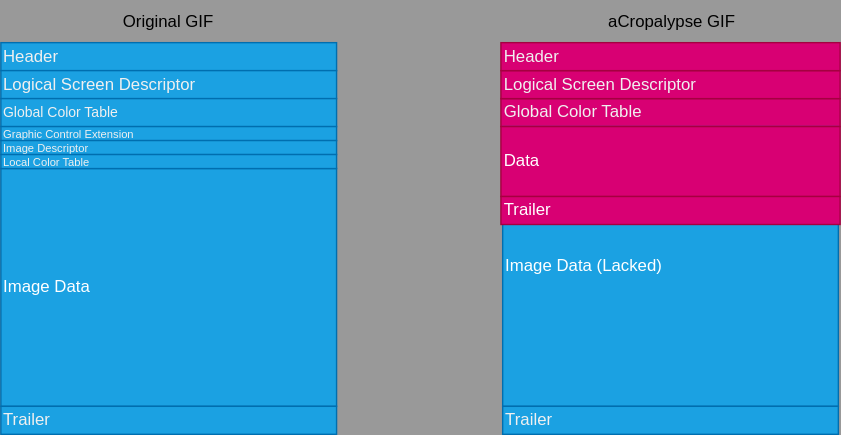
heriet/acropalypse-gif keeps this draw.io diagram as doc/image/acropalypse_gif_structure_overview_02.drawio.svg. Above is the earlier version. Source tidied: cells renumbered, new cells last; positions are measured from the earlier drawing's top-left corner, leaving out a move shared by most shapes.
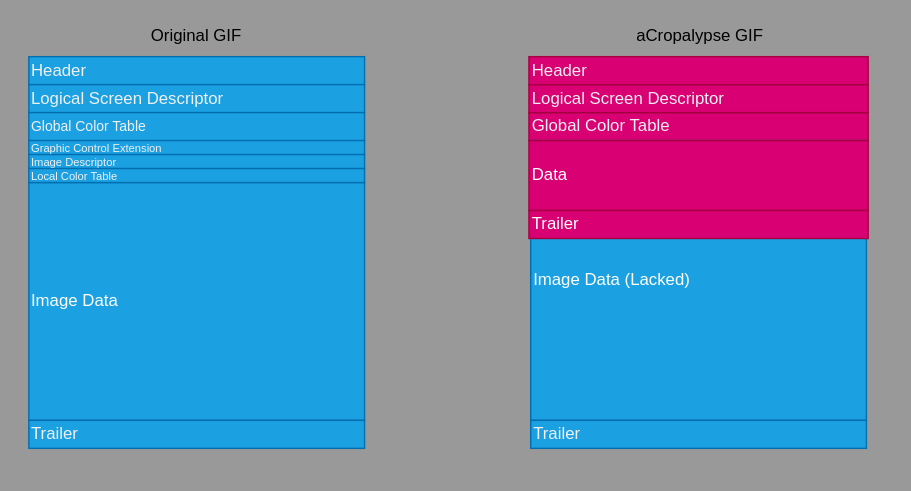
Later version of the same file.

The edit, as a diff of the source:
```diff
@@ -53,5 +53,8 @@
     <mxCell id="18" value="&lt;span style=&quot;color: rgb(240, 240, 240);&quot;&gt;&lt;font style=&quot;font-size: 8px;&quot;&gt;Local Color Table&lt;/font&gt;&lt;/span&gt;" style="rounded=0;whiteSpace=wrap;html=1;fillColor=#1ba1e2;fontColor=#ffffff;strokeColor=#006EAF;align=left;" parent="1" vertex="1">
       <mxGeometry y="110" width="240" height="10" as="geometry" />
     </mxCell>
+    <mxCell id="19" style="rounded=0;whiteSpace=wrap;html=1;fillColor=none;strokeColor=none;" parent="1" vertex="1">
+      <mxGeometry x="-20" y="-10" width="650" height="350" as="geometry" />
+    </mxCell>
   </root>
 </mxGraphModel>
```
